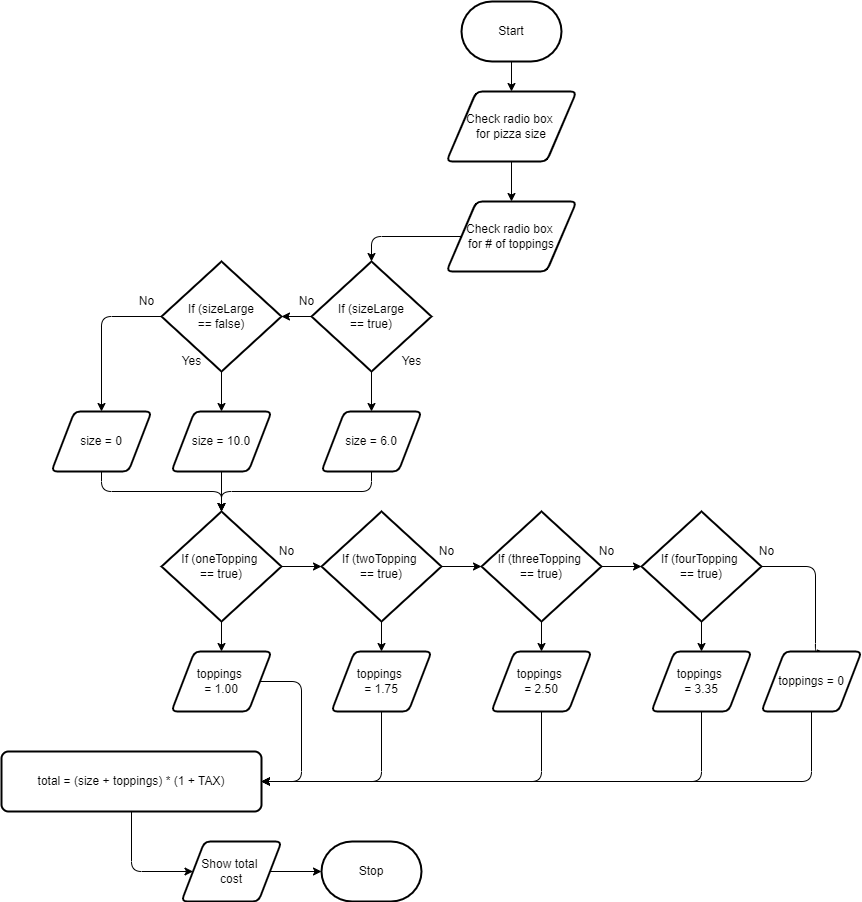
The draw.io diagram design/flowchart.png in marshall-demars/ICS2O-Assignment-4, before a commit. Source tidied: cells renumbered, new cells last; positions are measured from the earlier drawing's top-left corner, leaving out a move shared by most shapes.
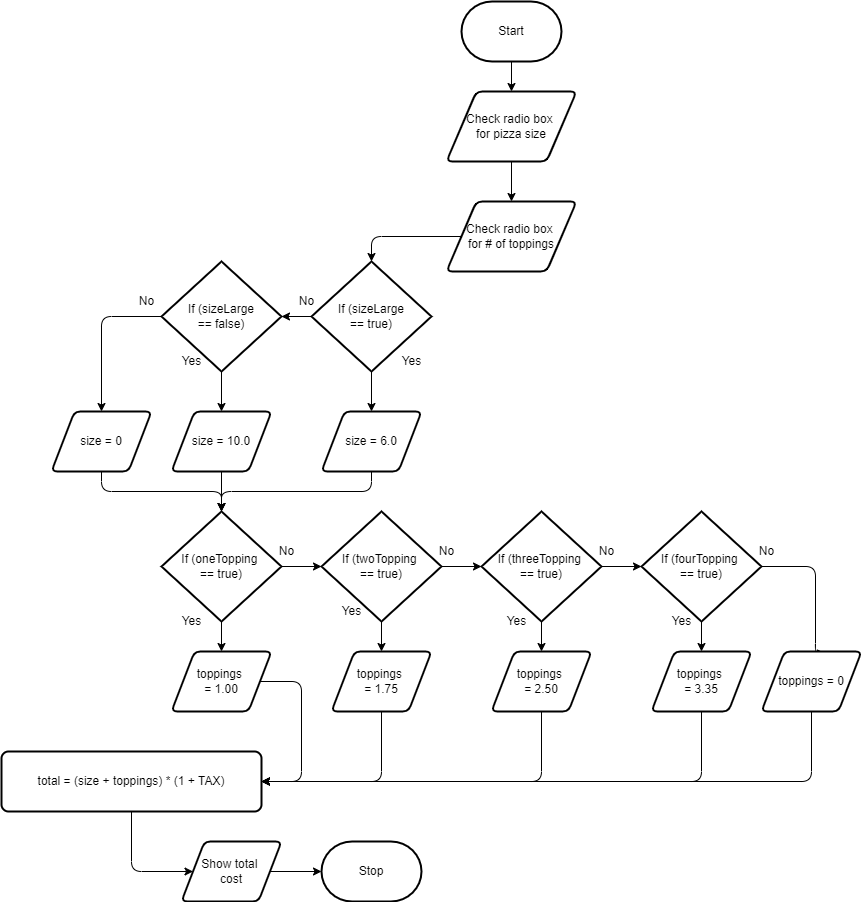
After the commit.

The edit, as a diff of the source:
```diff
@@ -202,5 +202,17 @@
     <mxCell id="54" value="Stop" style="strokeWidth=2;html=1;shape=mxgraph.flowchart.terminator;whiteSpace=wrap;" parent="1" vertex="1">
       <mxGeometry x="320" y="840" width="100" height="60" as="geometry" />
     </mxCell>
+    <mxCell id="55" value="Yes" style="text;html=1;align=center;verticalAlign=middle;strokeColor=none;fillColor=none;" parent="1" vertex="1">
+      <mxGeometry x="170" y="610" width="40" height="20" as="geometry" />
+    </mxCell>
+    <mxCell id="56" value="Yes" style="text;html=1;align=center;verticalAlign=middle;strokeColor=none;fillColor=none;" parent="1" vertex="1">
+      <mxGeometry x="330" y="600" width="40" height="20" as="geometry" />
+    </mxCell>
+    <mxCell id="57" value="Yes" style="text;html=1;align=center;verticalAlign=middle;strokeColor=none;fillColor=none;" parent="1" vertex="1">
+      <mxGeometry x="495" y="610" width="40" height="20" as="geometry" />
+    </mxCell>
+    <mxCell id="58" value="Yes" style="text;html=1;align=center;verticalAlign=middle;strokeColor=none;fillColor=none;" parent="1" vertex="1">
+      <mxGeometry x="660" y="610" width="40" height="20" as="geometry" />
+    </mxCell>
   </root>
 </mxGraphModel>
```
